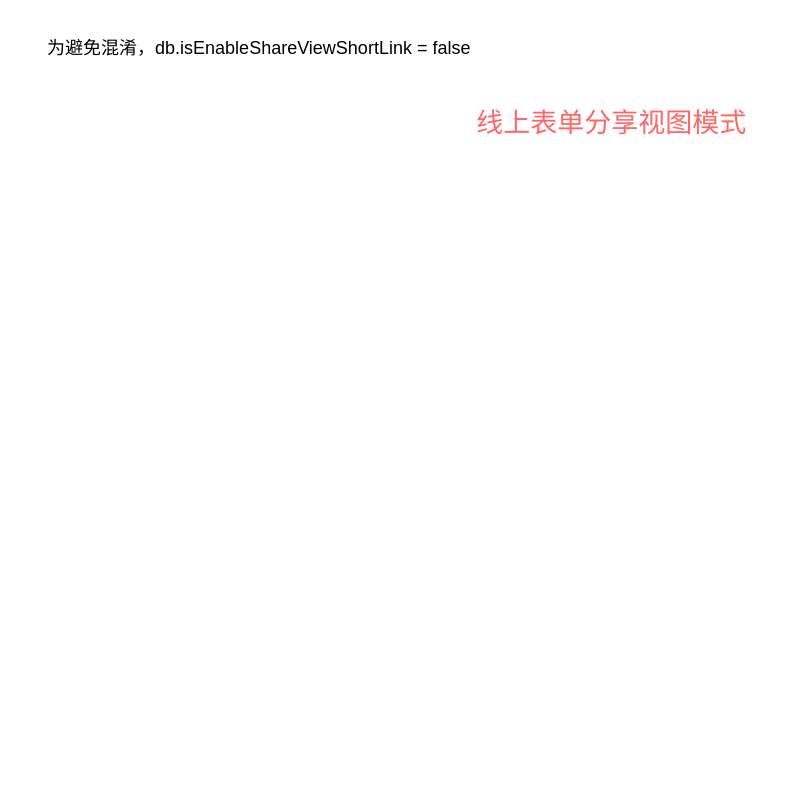
Earlier version of the draw.io diagram micro-mod/db_form.drawio (Ekko306/diagrams.net). Source tidied: cells renumbered, new cells numbered last; positions are measured from the earlier drawing's top-left corner, leaving out a move shared by most shapes. Both pictures are drawn from the tidied source at 150%, with x=0, y=0 at pixel (26, 26).
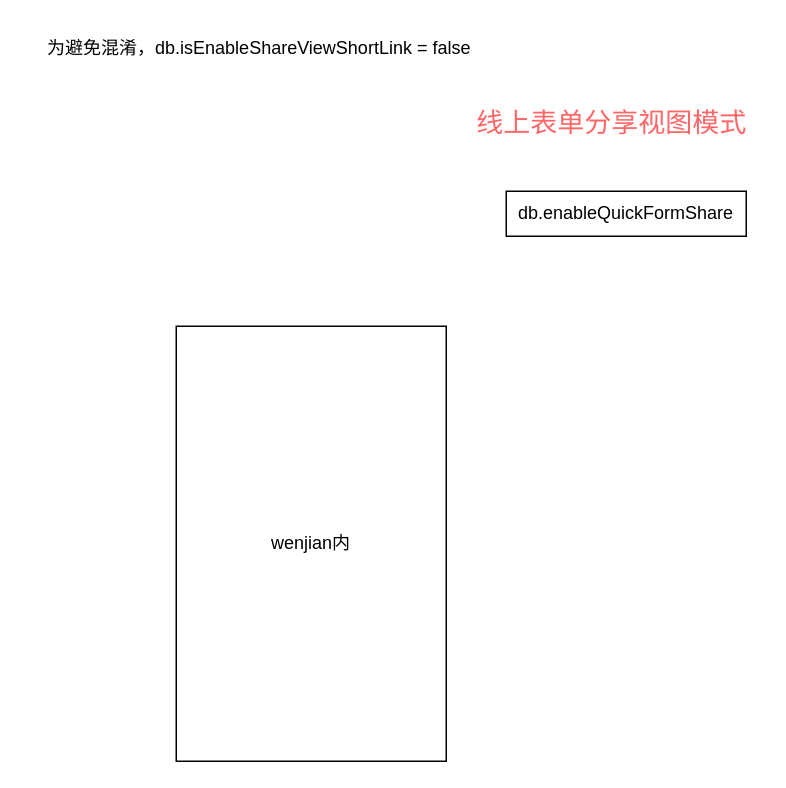
The same diagram, later.

Diff of the diagram source:
```diff
@@
 <mxGraphModel>
   <root>
     <mxCell id="0" />
     <mxCell id="1" parent="0" />
     <mxCell id="2" value="为避免混淆，db.isEnableShareViewShortLink = false" style="text;html=1;align=center;verticalAlign=middle;strokeColor=none;fillColor=none;" parent="1" vertex="1">
       <mxGeometry width="310" height="30" as="geometry" />
     </mxCell>
     <mxCell id="3" value="线上表单分享视图模式" style="text;html=1;align=center;verticalAlign=middle;strokeColor=none;fillColor=none;fontColor=#FF6666;fontSize=18;" parent="1" vertex="1">
       <mxGeometry x="290" y="45" width="200" height="40" as="geometry" />
     </mxCell>
+    <mxCell id="4" value="db.enableQuickFormShare" style="rounded=0;whiteSpace=wrap;html=1;" parent="1" vertex="1">
+      <mxGeometry x="320" y="110" width="160" height="30" as="geometry" />
+    </mxCell>
+    <mxCell id="5" value="wenjian内" style="rounded=0;whiteSpace=wrap;html=1;" parent="1" vertex="1">
+      <mxGeometry x="100" y="200" width="180" height="290" as="geometry" />
+    </mxCell>
   </root>
 </mxGraphModel>
```
